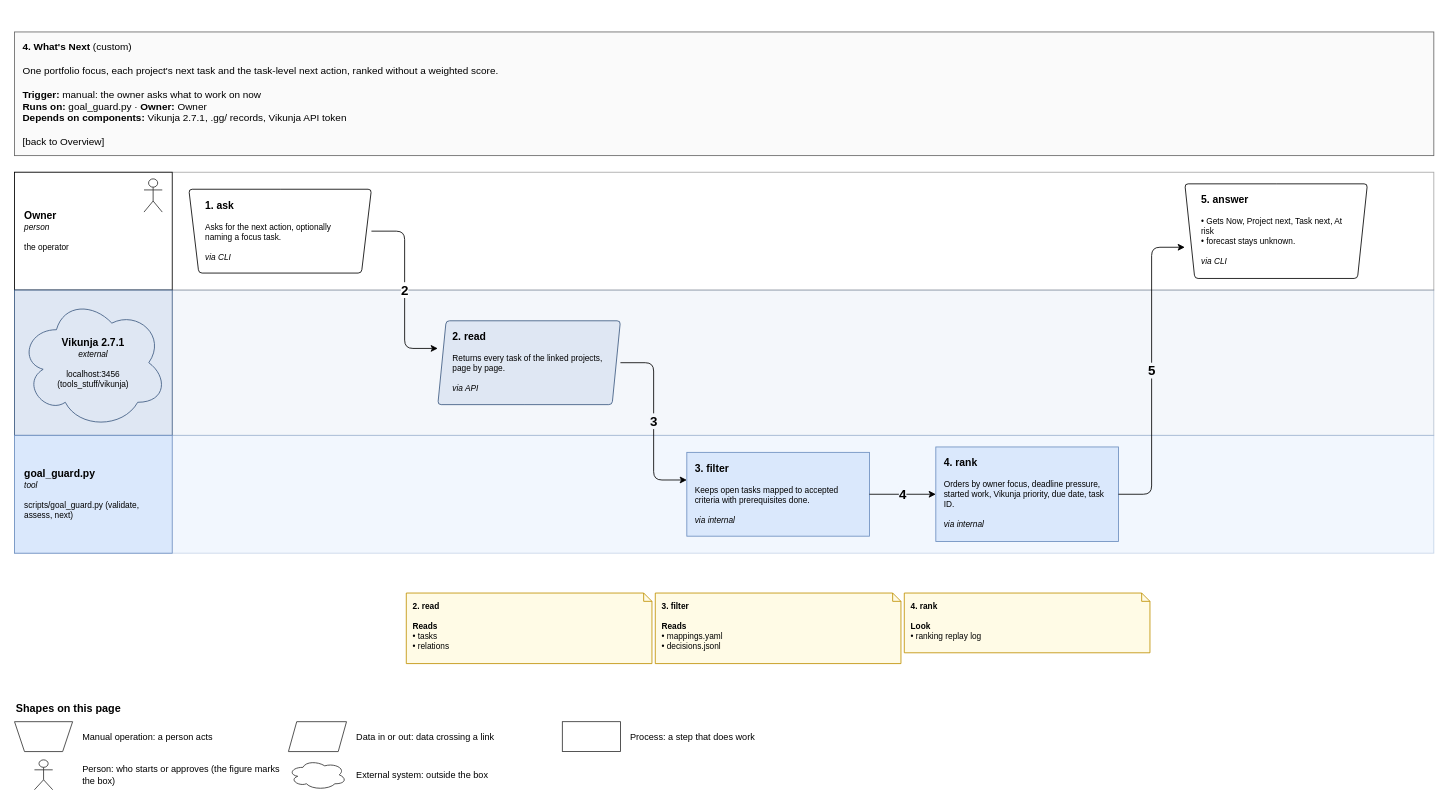
Earlier version of the draw.io diagram page "4. What's Next" (6 of 9) of specialists/project/skill-goal-guard/docs/goal-guard-flows/goal_guard_flows.drawio (amalikn/skills_stuff). Source tidied: cells renumbered, new cells numbered last; positions are measured from the earlier drawing's top-left corner, leaving out a move shared by most shapes. Both pictures are drawn from the tidied source at 83%, with x=0, y=0 at pixel (14, 32).
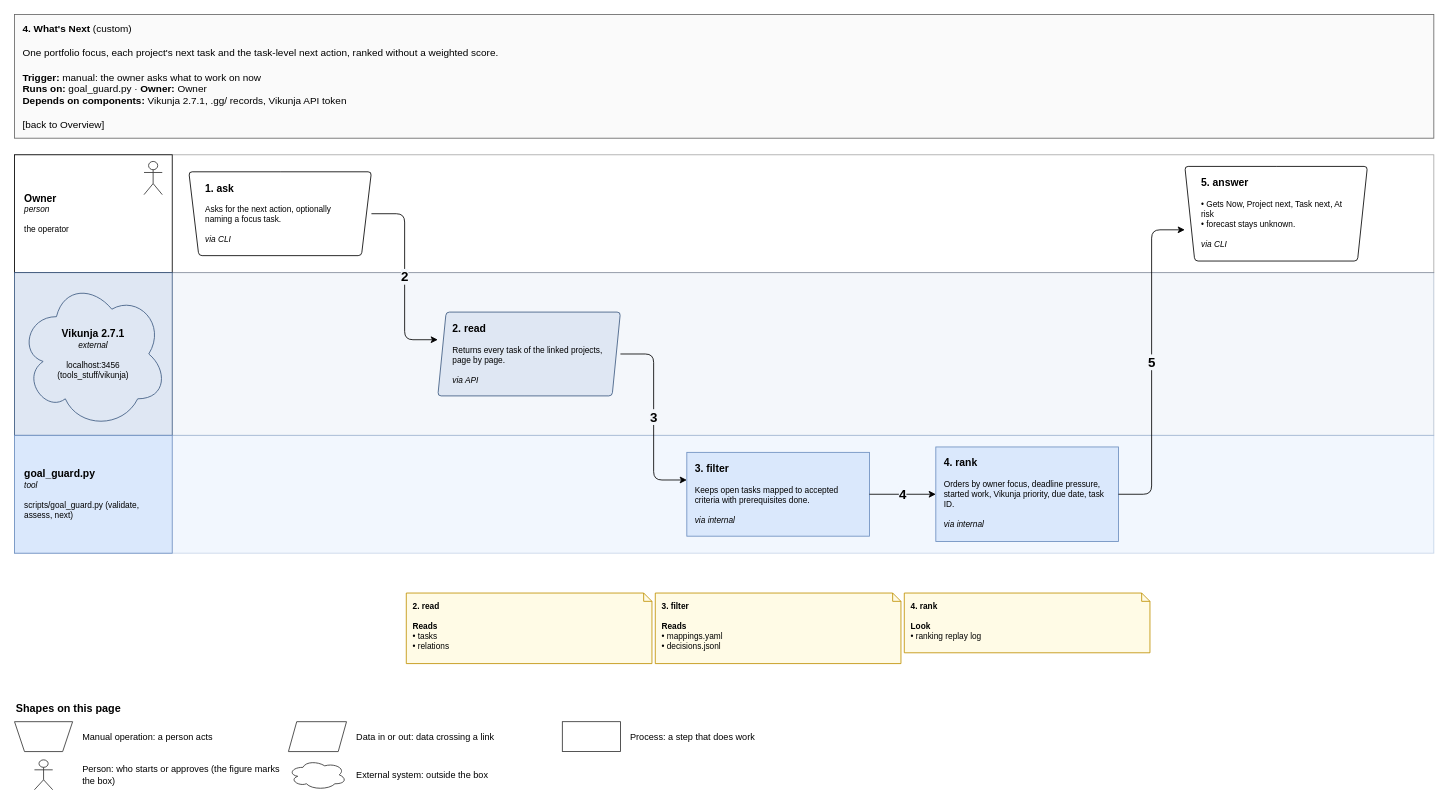
The same diagram, later.

The change refers to these unchanged cells:
```xml
<mxCell id="14" value="&lt;span style=&quot;font-size:125%&quot;&gt;&lt;b&gt;3. filter&lt;/b&gt;&lt;/span&gt;&lt;br&gt; &lt;br&gt;Keeps open tasks mapped to accepted criteria with prerequisites done.&lt;br&gt; &lt;br&gt;&lt;i&gt;via internal&lt;/i&gt;" style="rounded=1;whiteSpace=wrap;html=1;fillColor=#dae8fc;strokeColor=#6c8ebf;fontSize=11;arcSize=8;fontSize=10;align=left;verticalAlign=top;spacingLeft=8;spacingRight=6;spacingTop=6;rounded=0;" parent="1" vertex="1">
  <mxGeometry x="810" y="506.5" width="220" height="101" as="geometry" />
</mxCell>
<mxCell id="16" value="&lt;span style=&quot;font-size:125%&quot;&gt;&lt;b&gt;4. rank&lt;/b&gt;&lt;/span&gt;&lt;br&gt; &lt;br&gt;Orders by owner focus, deadline pressure, started work, Vikunja priority, due date, task ID.&lt;br&gt; &lt;br&gt;&lt;i&gt;via internal&lt;/i&gt;" style="rounded=1;whiteSpace=wrap;html=1;fillColor=#dae8fc;strokeColor=#6c8ebf;fontSize=11;arcSize=8;fontSize=10;align=left;verticalAlign=top;spacingLeft=8;spacingRight=6;spacingTop=6;rounded=0;" parent="1" vertex="1">
  <mxGeometry x="1110" y="500" width="220" height="114" as="geometry" />
</mxCell>
```

Diff of the diagram source:
```diff
@@
     <mxCell id="2" value="&lt;b&gt;4. What&amp;#x27;s Next&lt;/b&gt; (custom)&lt;br&gt; &lt;br&gt;One portfolio focus, each project&amp;#x27;s next task and the task-level next action, ranked without a weighted score.&lt;br&gt; &lt;br&gt;&lt;b&gt;Trigger:&lt;/b&gt; manual: the owner asks what to work on now&lt;br&gt;&lt;b&gt;Runs on:&lt;/b&gt; goal_guard.py · &lt;b&gt;Owner:&lt;/b&gt; Owner&lt;br&gt;&lt;b&gt;Depends on components:&lt;/b&gt; Vikunja 2.7.1, .gg/ records, Vikunja API token&lt;br&gt; &lt;br&gt;[back to Overview]" style="rounded=0;whiteSpace=wrap;html=1;fillColor=#fafafa;strokeColor=#666666;align=left;verticalAlign=top;spacingLeft=8;spacingTop=4;fontSize=12;" parent="1" vertex="1">
-      <mxGeometry width="1710" height="149" as="geometry" />
+      <mxGeometry y="-21" width="1710" height="149" as="geometry" />
     </mxCell>
     <mxCell id="3" style="rounded=0;html=1;fillColor=#ffffff;strokeColor=#000000;opacity=35;" parent="1" vertex="1">
-      <mxGeometry y="169" width="1710" height="142" as="geometry" />
+      <mxGeometry y="148" width="1710" height="142" as="geometry" />
     </mxCell>
     <mxCell id="4" value="&lt;span style=&quot;font-size:125%&quot;&gt;&lt;b&gt;Owner&lt;/b&gt;&lt;/span&gt;&lt;br&gt;&lt;i&gt;person&lt;/i&gt;&lt;br&gt; &lt;br&gt;the operator" style="rounded=1;whiteSpace=wrap;html=1;fillColor=#ffffff;strokeColor=#000000;fontSize=11;arcSize=8;rounded=0;align=left;verticalAlign=middle;spacingLeft=10;spacingRight=8;fontSize=10;spacingRight=40;" parent="1" vertex="1">
-      <mxGeometry y="169" width="190" height="142" as="geometry" />
+      <mxGeometry y="148" width="190" height="142" as="geometry" />
     </mxCell>
     <mxCell id="5" style="shape=umlActor;verticalLabelPosition=bottom;verticalAlign=top;fillColor=#ffffff;strokeColor=#333333;" parent="1" vertex="1">
-      <mxGeometry x="156" y="177" width="22" height="40" as="geometry" />
+      <mxGeometry x="156" y="156" width="22" height="40" as="geometry" />
     </mxCell>
     <mxCell id="6" style="rounded=0;html=1;fillColor=#dfe7f3;strokeColor=#3d5a80;opacity=35;" parent="1" vertex="1">
-      <mxGeometry y="311" width="1710" height="175" as="geometry" />
+      <mxGeometry y="290" width="1710" height="196" as="geometry" />
     </mxCell>
     <mxCell id="7" style="rounded=1;whiteSpace=wrap;html=1;fillColor=#dfe7f3;strokeColor=#3d5a80;fontSize=11;arcSize=8;rounded=0;" parent="1" vertex="1">
-      <mxGeometry y="311" width="190" height="175" as="geometry" />
+      <mxGeometry y="290" width="190" height="196" as="geometry" />
     </mxCell>
-    <mxCell id="8" value="&lt;span style=&quot;font-size:125%&quot;&gt;&lt;b&gt;Vikunja 2.7.1&lt;/b&gt;&lt;/span&gt;&lt;br&gt;&lt;i&gt;external&lt;/i&gt;&lt;br&gt; &lt;br&gt;localhost:3456 (tools_stuff/vikunja)" style="rounded=1;whiteSpace=wrap;html=1;fillColor=#dfe7f3;strokeColor=#3d5a80;fontSize=11;arcSize=8;fontSize=10;ellipse;shape=cloud;spacingLeft=16;spacingRight=16;spacingTop=10;align=center;verticalAlign=middle;spacingLeft=34;spacingRight=34;spacingTop=10;spacingBottom=10;" parent="1" vertex="1">
-      <mxGeometry x="6" y="319" width="178" height="159" as="geometry" />
+    <mxCell id="8" value="&lt;span style=&quot;font-size:125%&quot;&gt;&lt;b&gt;Vikunja 2.7.1&lt;/b&gt;&lt;/span&gt;&lt;br&gt;&lt;i&gt;external&lt;/i&gt;&lt;br&gt; &lt;br&gt;localhost:3456 (tools_stuff/vikunja)" style="rounded=1;whiteSpace=wrap;html=1;fillColor=#dfe7f3;strokeColor=#3d5a80;fontSize=11;arcSize=8;fontSize=10;ellipse;shape=cloud;align=center;spacingLeft=30;spacingRight=28;spacingTop=26;align=center;verticalAlign=middle;spacingLeft=34;spacingRight=34;spacingTop=10;spacingBottom=10;" parent="1" vertex="1">
+      <mxGeometry x="6" y="298" width="178" height="180" as="geometry" />
     </mxCell>
@@
     <mxCell id="11" value="&lt;span style=&quot;font-size:125%&quot;&gt;&lt;b&gt;1. ask&lt;/b&gt;&lt;/span&gt;&lt;br&gt; &lt;br&gt;Asks for the next action, optionally naming a focus task.&lt;br&gt; &lt;br&gt;&lt;i&gt;via CLI&lt;/i&gt;" style="rounded=1;whiteSpace=wrap;html=1;fillColor=#ffffff;strokeColor=#000000;fontSize=11;arcSize=8;fontSize=10;align=left;verticalAlign=top;spacingLeft=8;spacingRight=6;spacingTop=6;shape=trapezoid;perimeter=trapezoidPerimeter;flipV=1;fixedSize=1;size=12;spacingLeft=18;spacingRight=18;" parent="1" vertex="1">
-      <mxGeometry x="210" y="189.5" width="220" height="101" as="geometry" />
+      <mxGeometry x="210" y="168.5" width="220" height="101" as="geometry" />
     </mxCell>
     <mxCell id="12" value="&lt;span style=&quot;font-size:125%&quot;&gt;&lt;b&gt;2. read&lt;/b&gt;&lt;/span&gt;&lt;br&gt; &lt;br&gt;Returns every task of the linked projects, page by page.&lt;br&gt; &lt;br&gt;&lt;i&gt;via API&lt;/i&gt;" style="rounded=1;whiteSpace=wrap;html=1;fillColor=#dfe7f3;strokeColor=#3d5a80;fontSize=11;arcSize=8;fontSize=10;align=left;verticalAlign=top;spacingLeft=8;spacingRight=6;spacingTop=6;shape=parallelogram;perimeter=parallelogramPerimeter;fixedSize=1;size=10;spacingLeft=16;spacingRight=16;" parent="1" vertex="1">
-      <mxGeometry x="510" y="348" width="220" height="101" as="geometry" />
+      <mxGeometry x="510" y="337.5" width="220" height="101" as="geometry" />
     </mxCell>
@@
     <mxCell id="18" value="&lt;span style=&quot;font-size:125%&quot;&gt;&lt;b&gt;5. answer&lt;/b&gt;&lt;/span&gt;&lt;br&gt; &lt;br&gt;• Gets Now, Project next, Task next, At risk&lt;br&gt;• forecast stays unknown.&lt;br&gt; &lt;br&gt;&lt;i&gt;via CLI&lt;/i&gt;" style="rounded=1;whiteSpace=wrap;html=1;fillColor=#ffffff;strokeColor=#000000;fontSize=11;arcSize=8;fontSize=10;align=left;verticalAlign=top;spacingLeft=8;spacingRight=6;spacingTop=6;shape=trapezoid;perimeter=trapezoidPerimeter;flipV=1;fixedSize=1;size=12;spacingLeft=18;spacingRight=18;" parent="1" vertex="1">
-      <mxGeometry x="1410" y="183" width="220" height="114" as="geometry" />
+      <mxGeometry x="1410" y="162" width="220" height="114" as="geometry" />
     </mxCell>
@@
-    <mxCell id="28" style="whiteSpace=wrap;html=1;fillColor=#ffffff;strokeColor=#333333;ellipse;shape=cloud;spacingLeft=16;spacingRight=16;spacingTop=10;" parent="1" vertex="1">
+    <mxCell id="28" style="whiteSpace=wrap;html=1;fillColor=#ffffff;strokeColor=#333333;ellipse;shape=cloud;align=center;spacingLeft=30;spacingRight=28;spacingTop=26;" parent="1" vertex="1">
       <mxGeometry x="330" y="877" width="70" height="36" as="geometry" />
     </mxCell>
@@
     <mxCell id="30" style="edgeStyle=none;rounded=1;html=1;endArrow=classic;endFill=1;jumpStyle=arc;jumpSize=6;strokeColor=#000000;exitX=1;exitY=0.5;entryX=0;entryY=0.3297;exitPerimeter=0;entryPerimeter=0;" parent="1" edge="1" source="11" target="12">
       <mxGeometry relative="1" as="geometry">
         <Array as="points">
-          <mxPoint x="470" y="240" />
-          <mxPoint x="470" y="381.3" />
+          <mxPoint x="470" y="219" />
+          <mxPoint x="470" y="370.8" />
         </Array>
       </mxGeometry>
     </mxCell>
-    <mxCell id="31" value="&lt;b&gt;2&lt;/b&gt;" style="text;html=1;align=center;verticalAlign=middle;fontSize=16;fontStyle=1;labelBackgroundColor=#ffffff;fontColor=#000000;" parent="1" vertex="1">
-      <mxGeometry x="456.5" y="299.7" width="27" height="22" as="geometry" />
+    <mxCell id="31" value="&lt;b&gt;2&lt;/b&gt;" style="text;html=1;align=center;verticalAlign=middle;fontSize=16;fontStyle=1;labelBackgroundColor=#f4f7fb;fontColor=#000000;" parent="1" vertex="1">
+      <mxGeometry x="456.5" y="283.9" width="27" height="22" as="geometry" />
     </mxCell>
     <mxCell id="32" style="edgeStyle=none;rounded=1;html=1;endArrow=classic;endFill=1;jumpStyle=arc;jumpSize=6;strokeColor=#000000;exitX=1;exitY=0.5;entryX=0;entryY=0.3297;exitPerimeter=0;entryPerimeter=0;" parent="1" edge="1" source="12" target="14">
       <mxGeometry relative="1" as="geometry">
         <Array as="points">
-          <mxPoint x="770" y="398.5" />
+          <mxPoint x="770" y="388" />
           <mxPoint x="770" y="539.8" />
         </Array>
       </mxGeometry>
     </mxCell>
     <mxCell id="33" value="&lt;b&gt;3&lt;/b&gt;" style="text;html=1;align=center;verticalAlign=middle;fontSize=16;fontStyle=1;labelBackgroundColor=#f4f7fb;fontColor=#000000;" parent="1" vertex="1">
-      <mxGeometry x="756.5" y="458.2" width="27" height="22" as="geometry" />
+      <mxGeometry x="756.5" y="452.9" width="27" height="22" as="geometry" />
     </mxCell>
@@
     <mxCell id="36" style="edgeStyle=none;rounded=1;html=1;endArrow=classic;endFill=1;jumpStyle=arc;jumpSize=6;strokeColor=#000000;exitX=1;exitY=0.5;entryX=0;entryY=0.3298;exitPerimeter=0;entryPerimeter=0;" parent="1" edge="1" source="16" target="18">
       <mxGeometry relative="1" as="geometry">
         <Array as="points">
           <mxPoint x="1370" y="557" />
-          <mxPoint x="1370" y="259.4" />
+          <mxPoint x="1370" y="238.4" />
         </Array>
       </mxGeometry>
     </mxCell>
     <mxCell id="37" value="&lt;b&gt;5&lt;/b&gt;" style="text;html=1;align=center;verticalAlign=middle;fontSize=16;fontStyle=1;labelBackgroundColor=#f4f7fb;fontColor=#000000;" parent="1" vertex="1">
-      <mxGeometry x="1356.5" y="397.2" width="27" height="22" as="geometry" />
+      <mxGeometry x="1356.5" y="386.7" width="27" height="22" as="geometry" />
     </mxCell>
```
